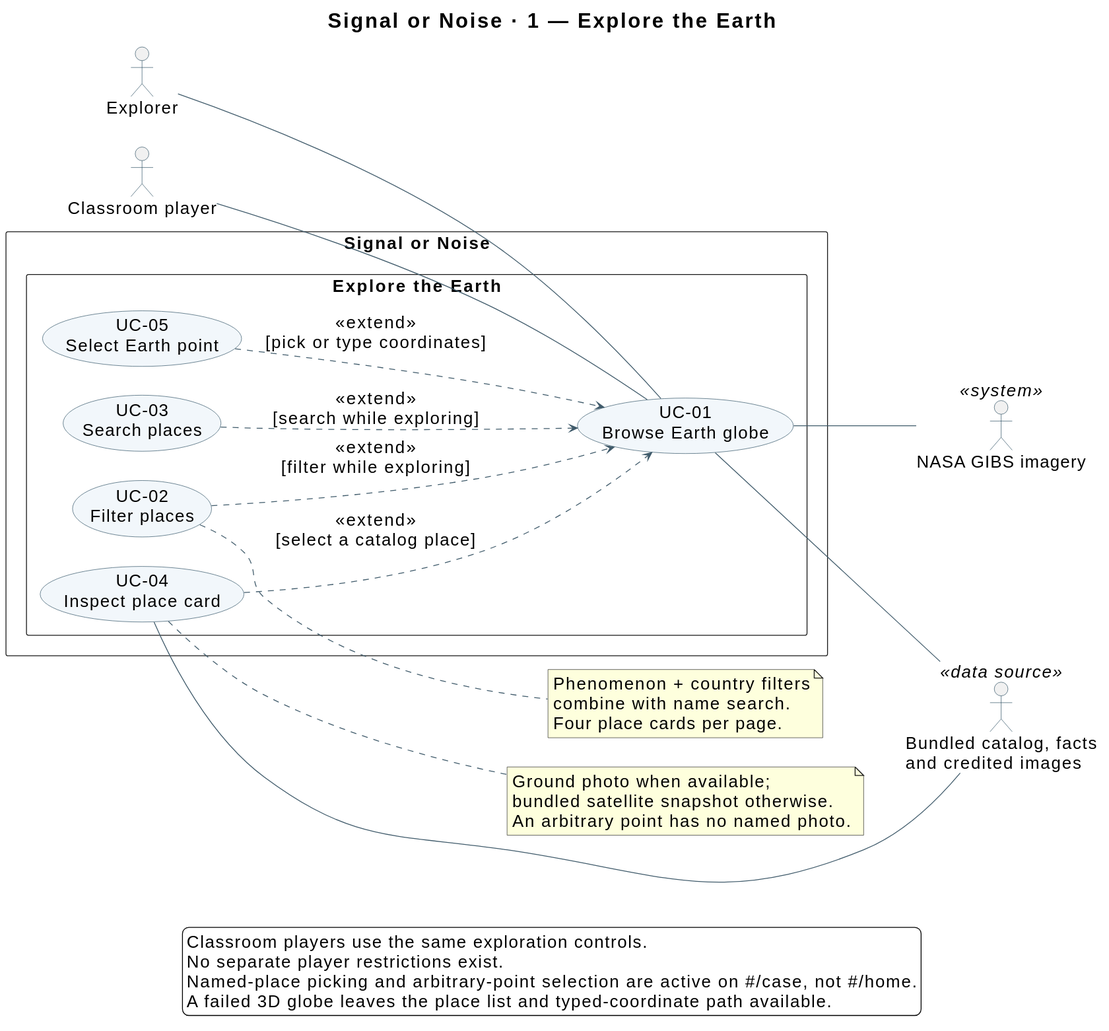
Earlier version of the PlantUML export docs/diagrams/01_explore_earth.svg (ThatGust/NASA-glaciers-2026-detective). Source of this version:
```plantuml
@startuml
left to right direction
skinparam backgroundColor white
skinparam shadowing false
skinparam defaultFontName SansSerif
skinparam defaultFontSize 20
skinparam ActorStereotypeFontSize 20
skinparam UsecaseStereotypeFontSize 20
skinparam TitleFontSize 24
skinparam ArrowFontSize 20
skinparam NoteFontSize 20
skinparam LegendFontSize 20
skinparam packageStyle rectangle
skinparam usecaseBackgroundColor #F2F7FB
skinparam usecaseBorderColor #23475B
skinparam actorBorderColor #23475B
skinparam ArrowColor #405B6B
skinparam nodesep 34
skinparam ranksep 48
title Signal or Noise · 1 — Explore the Earth

actor Explorer as E
actor "Classroom player" as P
actor "NASA GIBS imagery" as IMG <<system>>
actor "Bundled catalog, facts\nand credited images" as DATA <<data source>>
rectangle "Signal or Noise" {
  package "Explore the Earth" {
    usecase "UC-01\nBrowse Earth globe" as U1
    usecase "UC-02\nFilter places" as U2
    usecase "UC-03\nSearch places" as U3
    usecase "UC-04\nInspect place card" as U4
    usecase "UC-05\nSelect Earth point" as U5
  }
}
E -- U1
P -- U1
U2 ..> U1 : <<extend>>\n[filter while exploring]
U3 ..> U1 : <<extend>>\n[search while exploring]
U4 ..> U1 : <<extend>>\n[select a catalog place]
U5 ..> U1 : <<extend>>\n[pick or type coordinates]
U1 -- IMG
U1 -- DATA
U4 -- DATA
note right of U2
  Phenomenon + country filters
  combine with name search.
  Four place cards per page.
end note
note right of U4
  Ground photo when available;
  bundled satellite snapshot otherwise.
  An arbitrary point has no named photo.
end note
legend bottom
  Classroom players use the same exploration controls.
  No separate player restrictions exist.
  Named-place picking and arbitrary-point selection are active on #/case, not #/home.
  A failed 3D globe leaves the place list and typed-coordinate path available.
endlegend
@enduml
```
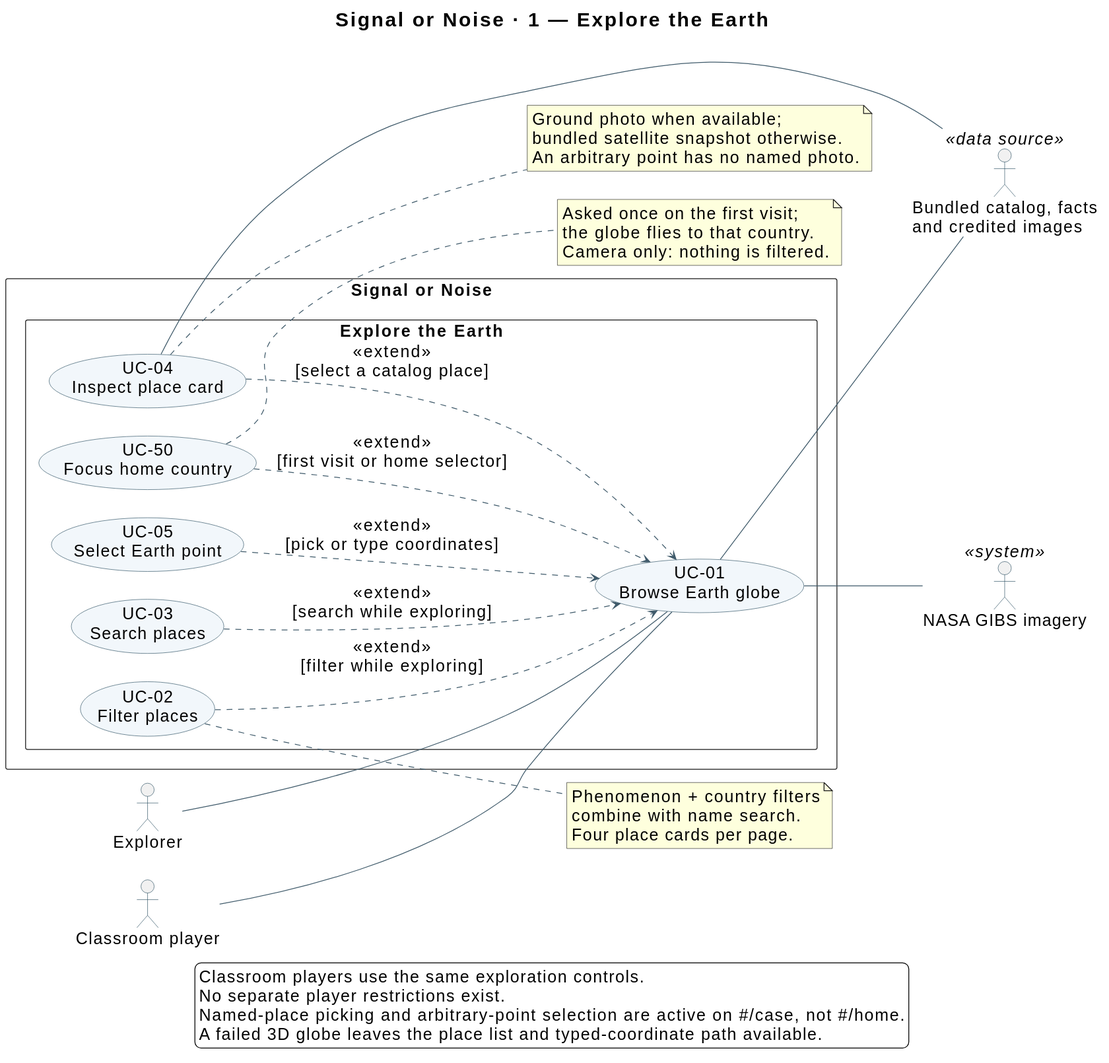
After the change.

Diff of the diagram source:
```diff
@@ -30,6 +30,7 @@
     usecase "UC-03\nSearch places" as U3
     usecase "UC-04\nInspect place card" as U4
     usecase "UC-05\nSelect Earth point" as U5
+    usecase "UC-50\nFocus home country" as U50
   }
 }
 E -- U1
@@ -38,6 +39,7 @@
 U3 ..> U1 : <<extend>>\n[search while exploring]
 U4 ..> U1 : <<extend>>\n[select a catalog place]
 U5 ..> U1 : <<extend>>\n[pick or type coordinates]
+U50 ..> U1 : <<extend>>\n[first visit or home selector]
 U1 -- IMG
 U1 -- DATA
 U4 -- DATA
@@ -45,6 +47,11 @@
   Phenomenon + country filters
   combine with name search.
   Four place cards per page.
+end note
+note right of U50
+  Asked once on the first visit;
+  the globe flies to that country.
+  Camera only: nothing is filtered.
 end note
 note right of U4
   Ground photo when available;
```
